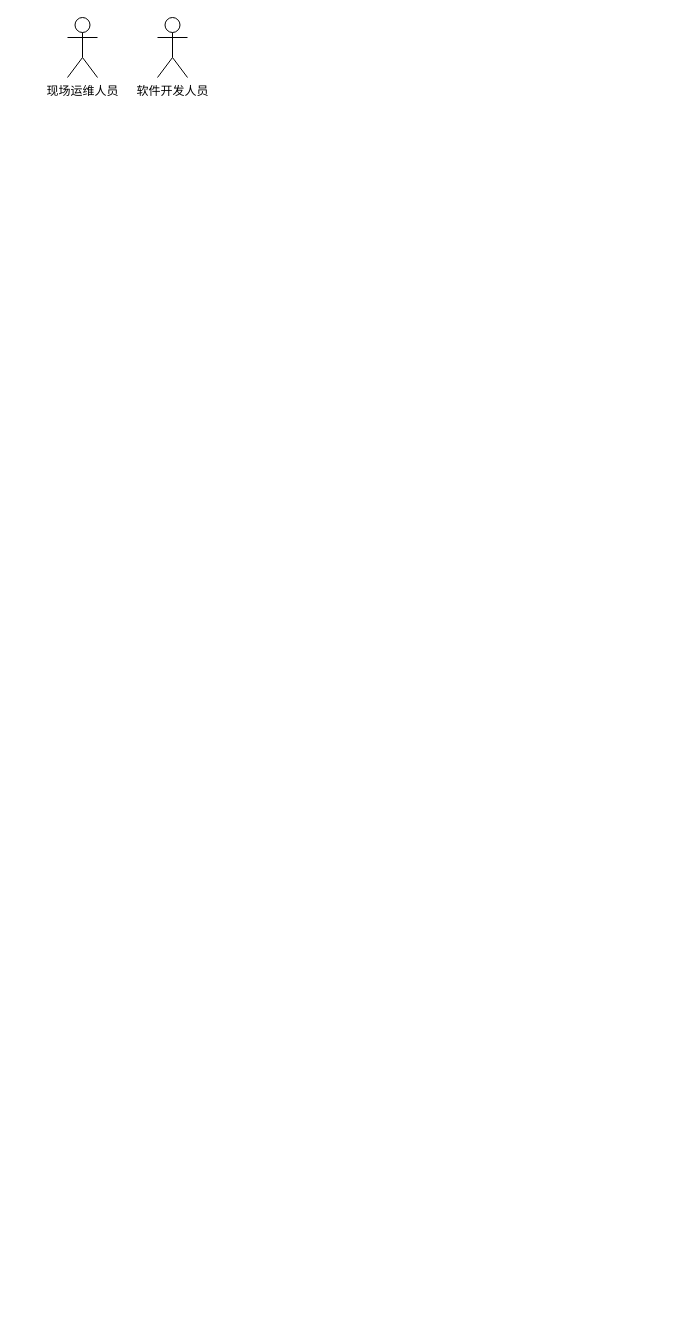
Before: 整体操作流程.drawio in yuanalexwu/zl_chart, a draw.io diagram. Source tidied: cells renumbered, new cells numbered last; positions are measured from the earlier drawing's top-left corner, leaving out a move shared by most shapes. Both pictures are drawn from the tidied source at 100%, with x=0, y=0 at pixel (67, 17).
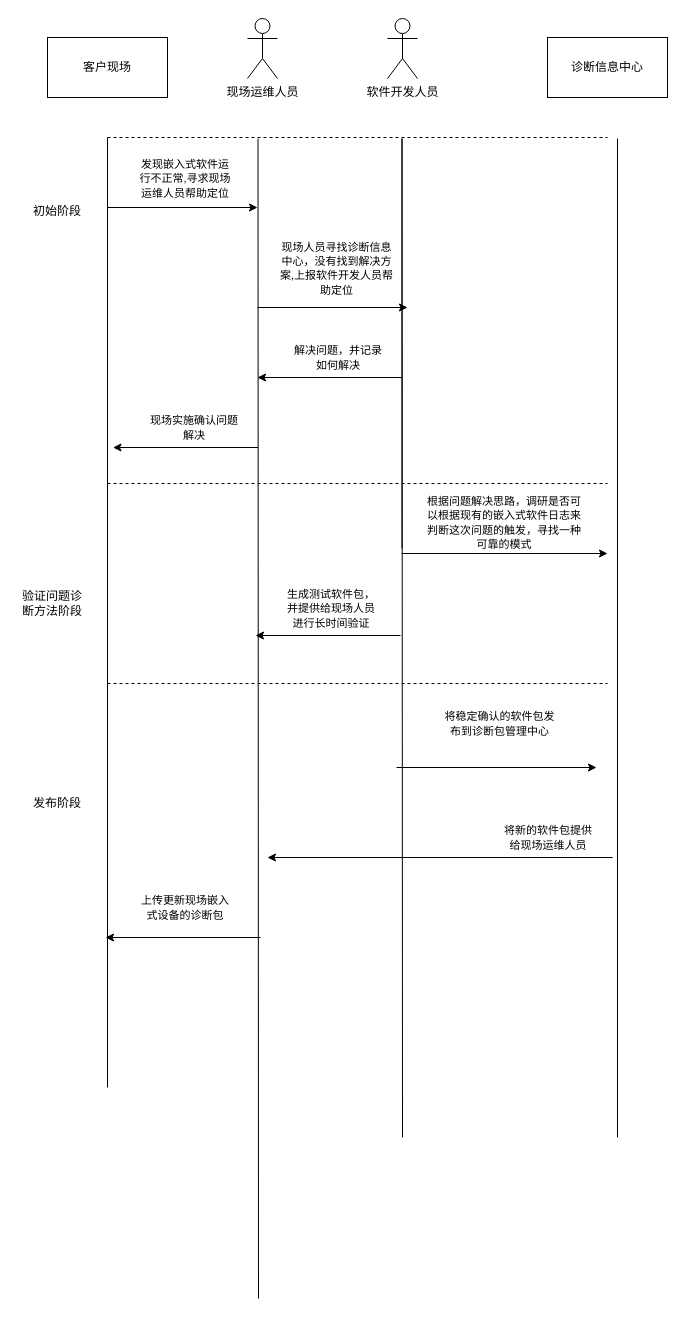
After the change.

Commit message:
Update 整体操作流程.drawio

The edit, as a diff of the source:
```diff
@@
     <mxCell id="2" value="现场运维人员" style="shape=umlActor;verticalLabelPosition=bottom;verticalAlign=top;html=1;" parent="1" vertex="1">
-      <mxGeometry width="30" height="60" as="geometry" />
+      <mxGeometry x="180" y="1" width="30" height="60" as="geometry" />
     </mxCell>
     <mxCell id="3" value="软件开发人员" style="shape=umlActor;verticalLabelPosition=bottom;verticalAlign=top;html=1;" parent="1" vertex="1">
-      <mxGeometry x="90" width="30" height="60" as="geometry" />
+      <mxGeometry x="320" y="1" width="30" height="60" as="geometry" />
     </mxCell>
+    <mxCell id="4" style="endArrow=none;html=1;rounded=0;" parent="1" edge="1">
+      <mxGeometry relative="1" as="geometry">
+        <mxPoint x="191" y="1281" as="sourcePoint" />
+        <mxPoint x="190.5" y="121" as="targetPoint" />
+      </mxGeometry>
+    </mxCell>
+    <mxCell id="5" style="endArrow=none;html=1;rounded=0;" parent="1" edge="1">
+      <mxGeometry relative="1" as="geometry">
+        <mxPoint x="334.5" y="531" as="sourcePoint" />
+        <mxPoint x="334.5" y="121" as="targetPoint" />
+      </mxGeometry>
+    </mxCell>
+    <mxCell id="6" style="endArrow=none;html=1;rounded=0;" parent="1" edge="1">
+      <mxGeometry relative="1" as="geometry">
+        <mxPoint x="550" y="1120" as="sourcePoint" />
+        <mxPoint x="550" y="121" as="targetPoint" />
+      </mxGeometry>
+    </mxCell>
+    <mxCell id="7" style="endArrow=none;html=1;rounded=0;" parent="1" edge="1">
+      <mxGeometry relative="1" as="geometry">
+        <mxPoint x="40" y="1070" as="sourcePoint" />
+        <mxPoint x="40" y="120" as="targetPoint" />
+      </mxGeometry>
+    </mxCell>
+    <mxCell id="8" value="客户现场" style="rounded=0;whiteSpace=wrap;html=1;" parent="1" vertex="1">
+      <mxGeometry x="-20" y="20" width="120" height="60" as="geometry" />
+    </mxCell>
+    <mxCell id="9" style="endArrow=classic;html=1;rounded=0;" parent="1" edge="1">
+      <mxGeometry relative="1" as="geometry">
+        <mxPoint x="40" y="190" as="sourcePoint" />
+        <mxPoint x="190" y="190" as="targetPoint" />
+      </mxGeometry>
+    </mxCell>
+    <mxCell id="10" value="&lt;span style=&quot;font-size: 11px ; background-color: rgb(255 , 255 , 255)&quot;&gt;发现嵌入式软件运行不正常,寻求现场运维人员帮助定位&lt;br&gt;&lt;/span&gt;" style="text;html=1;strokeColor=none;fillColor=none;align=center;verticalAlign=middle;whiteSpace=wrap;overflow=hidden;" parent="1" vertex="1">
+      <mxGeometry x="68" y="131" width="100" height="60" as="geometry" />
+    </mxCell>
+    <mxCell id="11" style="endArrow=classic;html=1;rounded=0;" parent="1" edge="1">
+      <mxGeometry relative="1" as="geometry">
+        <mxPoint x="335" y="360" as="sourcePoint" />
+        <mxPoint x="190" y="360" as="targetPoint" />
+      </mxGeometry>
+    </mxCell>
+    <mxCell id="12" value="&lt;span style=&quot;font-size: 11px ; background-color: rgb(255 , 255 , 255)&quot;&gt;解决问题，并记录如何解决&lt;br&gt;&lt;/span&gt;" style="text;html=1;strokeColor=none;fillColor=none;align=center;verticalAlign=middle;whiteSpace=wrap;overflow=hidden;" parent="1" vertex="1">
+      <mxGeometry x="221" y="310" width="100" height="60" as="geometry" />
+    </mxCell>
+    <mxCell id="13" style="endArrow=none;dashed=1;html=1;rounded=0;" parent="1" edge="1">
+      <mxGeometry relative="1" as="geometry">
+        <mxPoint x="40" y="466" as="sourcePoint" />
+        <mxPoint x="540" y="466" as="targetPoint" />
+      </mxGeometry>
+    </mxCell>
+    <mxCell id="14" style="endArrow=none;dashed=1;html=1;rounded=0;" parent="1" edge="1">
+      <mxGeometry relative="1" as="geometry">
+        <mxPoint x="40" y="120" as="sourcePoint" />
+        <mxPoint x="540" y="120" as="targetPoint" />
+      </mxGeometry>
+    </mxCell>
+    <mxCell id="15" value="初始阶段" style="text;html=1;strokeColor=none;fillColor=none;align=center;verticalAlign=middle;whiteSpace=wrap;rounded=0;" parent="1" vertex="1">
+      <mxGeometry x="-40" y="179" width="60" height="30" as="geometry" />
+    </mxCell>
+    <mxCell id="16" style="endArrow=none;html=1;rounded=0;" parent="1" edge="1">
+      <mxGeometry relative="1" as="geometry">
+        <mxPoint x="335" y="1120" as="sourcePoint" />
+        <mxPoint x="334.5" y="121" as="targetPoint" />
+      </mxGeometry>
+    </mxCell>
+    <mxCell id="17" value="验证问题诊断方法阶段" style="text;html=1;strokeColor=none;fillColor=none;align=center;verticalAlign=middle;whiteSpace=wrap;rounded=0;" parent="1" vertex="1">
+      <mxGeometry x="-50" y="566" width="70" height="40" as="geometry" />
+    </mxCell>
+    <mxCell id="18" style="endArrow=none;dashed=1;html=1;rounded=0;" parent="1" edge="1">
+      <mxGeometry relative="1" as="geometry">
+        <mxPoint x="40" y="666" as="sourcePoint" />
+        <mxPoint x="540" y="666" as="targetPoint" />
+      </mxGeometry>
+    </mxCell>
+    <mxCell id="19" value="诊断信息中心" style="rounded=0;whiteSpace=wrap;html=1;" parent="1" vertex="1">
+      <mxGeometry x="480" y="20" width="120" height="60" as="geometry" />
+    </mxCell>
+    <mxCell id="20" style="endArrow=classic;html=1;rounded=0;" parent="1" edge="1">
+      <mxGeometry relative="1" as="geometry">
+        <mxPoint x="334" y="536" as="sourcePoint" />
+        <mxPoint x="540" y="536" as="targetPoint" />
+      </mxGeometry>
+    </mxCell>
+    <mxCell id="21" value="&lt;span style=&quot;font-size: 11px ; background-color: rgb(255 , 255 , 255)&quot;&gt;根据问题解决思路，调研是否可以根据现有的嵌入式软件日志来判断这次问题的触发，寻找一种可靠的模式&lt;br&gt;&lt;/span&gt;" style="text;html=1;strokeColor=none;fillColor=none;align=center;verticalAlign=middle;whiteSpace=wrap;overflow=hidden;" parent="1" vertex="1">
+      <mxGeometry x="354" y="450" width="166" height="110" as="geometry" />
+    </mxCell>
+    <mxCell id="22" style="endArrow=classic;html=1;rounded=0;" parent="1" edge="1">
+      <mxGeometry relative="1" as="geometry">
+        <mxPoint x="333" y="618" as="sourcePoint" />
+        <mxPoint x="188" y="618" as="targetPoint" />
+      </mxGeometry>
+    </mxCell>
+    <mxCell id="23" value="&lt;span style=&quot;font-size: 11px ; background-color: rgb(255 , 255 , 255)&quot;&gt;生成测试软件包，并提供给现场人员进行长时间验证&lt;br&gt;&lt;/span&gt;" style="text;html=1;strokeColor=none;fillColor=none;align=center;verticalAlign=middle;whiteSpace=wrap;overflow=hidden;" parent="1" vertex="1">
+      <mxGeometry x="214" y="561" width="100" height="60" as="geometry" />
+    </mxCell>
+    <mxCell id="24" value="发布阶段" style="text;html=1;strokeColor=none;fillColor=none;align=center;verticalAlign=middle;whiteSpace=wrap;rounded=0;" parent="1" vertex="1">
+      <mxGeometry x="-45" y="766" width="70" height="40" as="geometry" />
+    </mxCell>
+    <mxCell id="25" style="endArrow=classic;html=1;rounded=0;" parent="1" edge="1">
+      <mxGeometry relative="1" as="geometry">
+        <mxPoint x="329" y="750" as="sourcePoint" />
+        <mxPoint x="529" y="750" as="targetPoint" />
+      </mxGeometry>
+    </mxCell>
+    <mxCell id="26" value="&lt;span style=&quot;font-size: 11px ; background-color: rgb(255 , 255 , 255)&quot;&gt;将稳定确认的软件包发布到诊断包管理中心&lt;br&gt;&lt;/span&gt;" style="text;html=1;strokeColor=none;fillColor=none;align=center;verticalAlign=middle;whiteSpace=wrap;overflow=hidden;" parent="1" vertex="1">
+      <mxGeometry x="376" y="676" width="113" height="60" as="geometry" />
+    </mxCell>
+    <mxCell id="27" style="endArrow=classic;html=1;rounded=0;" parent="1" edge="1">
+      <mxGeometry relative="1" as="geometry">
+        <mxPoint x="190" y="290" as="sourcePoint" />
+        <mxPoint x="340" y="290" as="targetPoint" />
+      </mxGeometry>
+    </mxCell>
+    <mxCell id="28" value="&lt;span style=&quot;font-size: 11px ; background-color: rgb(255 , 255 , 255)&quot;&gt;现场人员寻找诊断信息中心，没有找到解决方案,上报软件开发人员帮助定位&lt;br&gt;&lt;/span&gt;" style="text;html=1;strokeColor=none;fillColor=none;align=center;verticalAlign=middle;whiteSpace=wrap;overflow=hidden;" parent="1" vertex="1">
+      <mxGeometry x="210" y="220" width="119" height="60" as="geometry" />
+    </mxCell>
+    <mxCell id="29" style="endArrow=classic;html=1;rounded=0;" parent="1" edge="1">
+      <mxGeometry relative="1" as="geometry">
+        <mxPoint x="190.5" y="430" as="sourcePoint" />
+        <mxPoint x="45.5" y="430" as="targetPoint" />
+      </mxGeometry>
+    </mxCell>
+    <mxCell id="30" value="&lt;span style=&quot;font-size: 11px ; background-color: rgb(255 , 255 , 255)&quot;&gt;现场实施确认问题解决&lt;br&gt;&lt;/span&gt;" style="text;html=1;strokeColor=none;fillColor=none;align=center;verticalAlign=middle;whiteSpace=wrap;overflow=hidden;" parent="1" vertex="1">
+      <mxGeometry x="76.5" y="380" width="100" height="60" as="geometry" />
+    </mxCell>
+    <mxCell id="31" style="endArrow=classic;html=1;rounded=0;" parent="1" edge="1">
+      <mxGeometry relative="1" as="geometry">
+        <mxPoint x="545" y="840" as="sourcePoint" />
+        <mxPoint x="200" y="840" as="targetPoint" />
+      </mxGeometry>
+    </mxCell>
+    <mxCell id="32" value="&lt;span style=&quot;font-size: 11px ; background-color: rgb(255 , 255 , 255)&quot;&gt;将新的软件包提供给现场运维人员&lt;br&gt;&lt;/span&gt;" style="text;html=1;strokeColor=none;fillColor=none;align=center;verticalAlign=middle;whiteSpace=wrap;overflow=hidden;" parent="1" vertex="1">
+      <mxGeometry x="431" y="790" width="100" height="60" as="geometry" />
+    </mxCell>
+    <mxCell id="33" value="&lt;span style=&quot;font-size: 11px ; background-color: rgb(255 , 255 , 255)&quot;&gt;上传更新现场嵌入式设备的诊断包&lt;br&gt;&lt;/span&gt;" style="text;html=1;strokeColor=none;fillColor=none;align=center;verticalAlign=middle;whiteSpace=wrap;overflow=hidden;" parent="1" vertex="1">
+      <mxGeometry x="68" y="860" width="100" height="60" as="geometry" />
+    </mxCell>
+    <mxCell id="34" style="endArrow=classic;html=1;rounded=0;" parent="1" edge="1">
+      <mxGeometry relative="1" as="geometry">
+        <mxPoint x="193" y="920" as="sourcePoint" />
+        <mxPoint x="38" y="920" as="targetPoint" />
+      </mxGeometry>
+    </mxCell>
```
